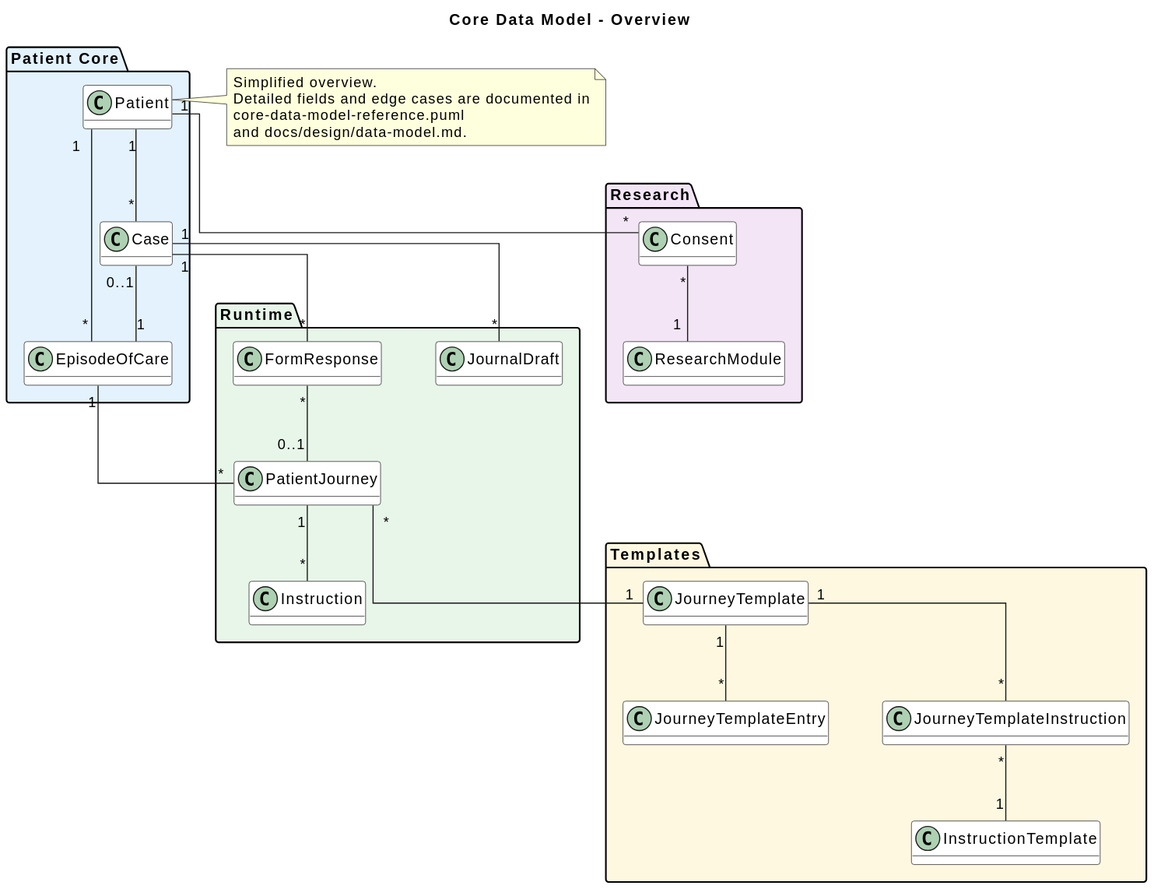
The PlantUML diagram docs/diagrams/core-data-model-overview.svg in gforge/DUK, before a commit.
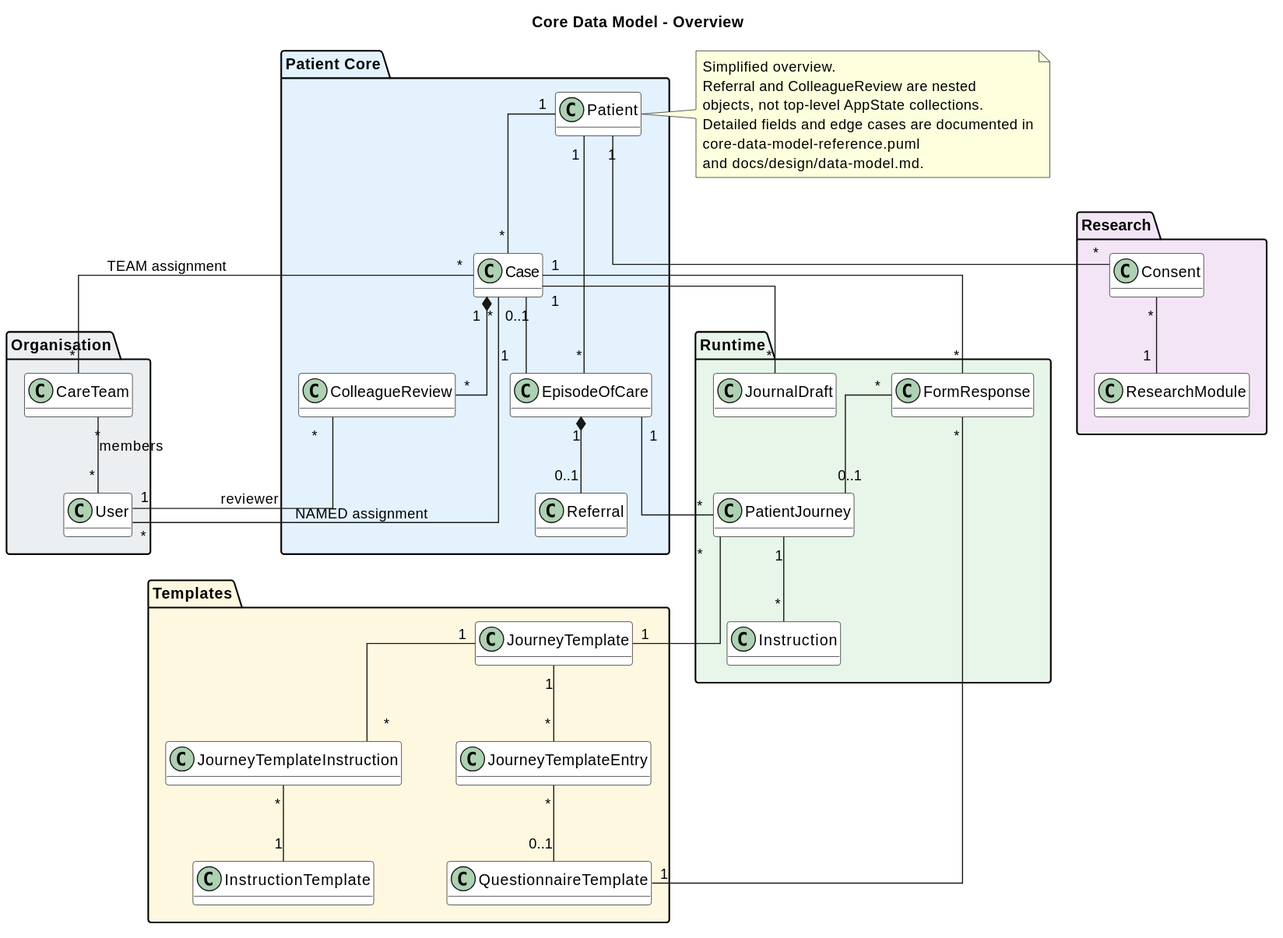
The same file after the commit.

Diff of the diagram source:
```diff
@@ -15,6 +15,13 @@
   class Patient
   class Case
   class EpisodeOfCare
+  class Referral
+  class ColleagueReview
+}
+
+package "Organisation" #ECEFF1 {
+  class User
+  class CareTeam
 }
 
 package "Runtime" #E8F5E9 {
@@ -29,6 +36,7 @@
   class JourneyTemplateEntry
   class JourneyTemplateInstruction
   class InstructionTemplate
+  class QuestionnaireTemplate
 }
 
 package "Research" #F3E5F5 {
@@ -43,6 +51,13 @@
 Case "0..1" -- "1" EpisodeOfCare
 Case "1" -- "*" FormResponse
 Case "1" -- "*" JournalDraft
+Case "1" *-- "*" ColleagueReview
+Case "*" -- "*" CareTeam : TEAM assignment
+Case "*" -- "*" User : NAMED assignment
+EpisodeOfCare "1" *-- "0..1" Referral
+
+CareTeam "*" -- "*" User : members
+ColleagueReview "*" -- "1" User : reviewer
 
 EpisodeOfCare "1" -- "*" PatientJourney
 PatientJourney "1" -- "*" Instruction
@@ -53,11 +68,15 @@
 JourneyTemplate "1" -- "*" JourneyTemplateEntry
 JourneyTemplate "1" -- "*" JourneyTemplateInstruction
 JourneyTemplateInstruction "*" -- "1" InstructionTemplate
+JourneyTemplateEntry "*" -- "0..1" QuestionnaireTemplate
+FormResponse "*" -- "1" QuestionnaireTemplate
 
 Consent "*" -- "1" ResearchModule
 
 note right of Patient
   Simplified overview.
+  Referral and ColleagueReview are nested
+  objects, not top-level AppState collections.
   Detailed fields and edge cases are documented in
   core-data-model-reference.puml
   and docs/design/data-model.md.
```
